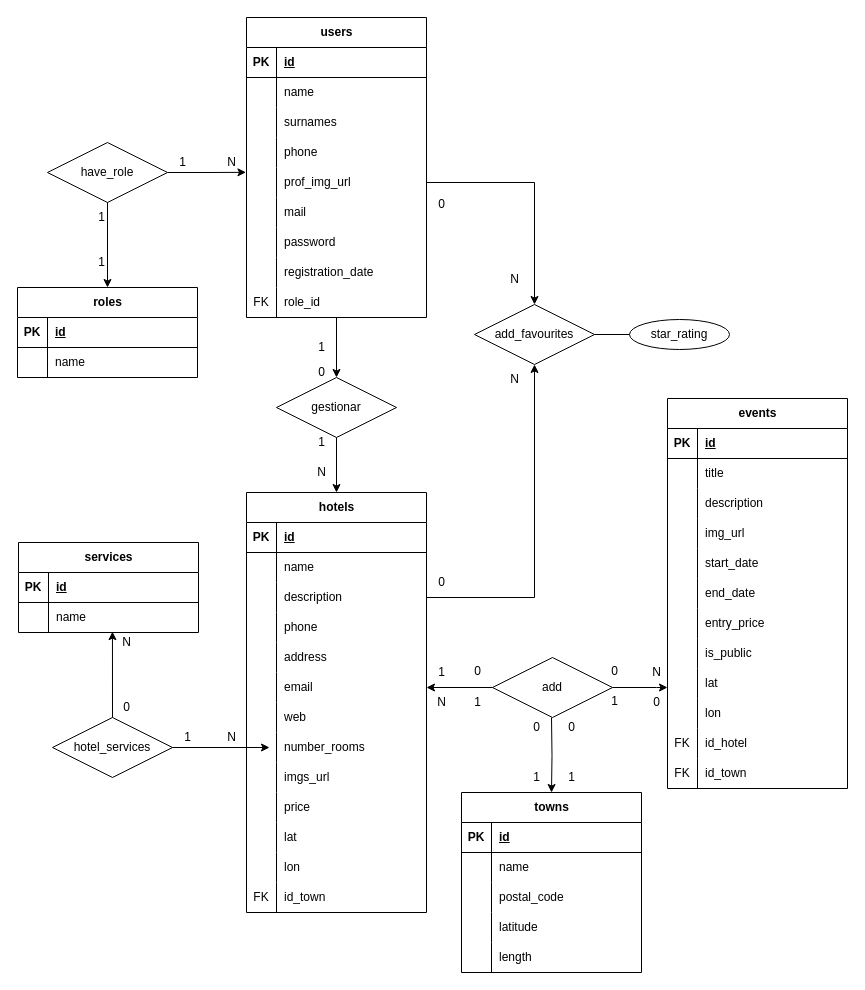
Before: c6_hohoHotel.drawio in SerotDev/sru-abi-rlm-project-backend, a draw.io diagram. Source tidied: cells renumbered, new cells numbered last; positions are measured from the earlier drawing's top-left corner, leaving out a move shared by most shapes. Both pictures are drawn from the tidied source at 100%, with x=0, y=0 at pixel (17, 17).
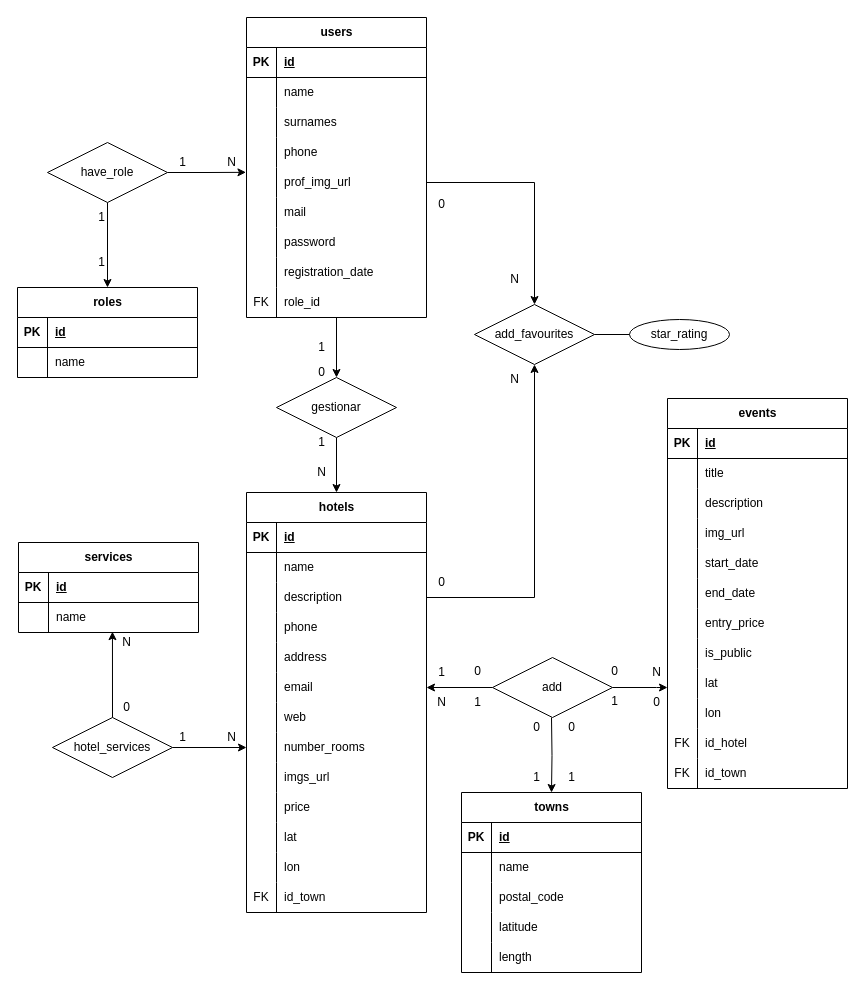
The same diagram, later.

Unchanged cells that the change refers to:
```xml
<mxCell id="90" style="shape=tableRow;horizontal=0;startSize=0;swimlaneHead=0;swimlaneBody=0;fillColor=none;points=[[0,0.5],[1,0.5]];portConstraint=eastwest;top=0;left=0;right=0;bottom=0;" parent="68" vertex="1">
  <mxGeometry y="240" width="180" height="30" as="geometry" />
</mxCell>
<mxCell id="158" value="hotel_services" style="shape=rhombus;perimeter=rhombusPerimeter;whiteSpace=wrap;html=1;align=center;" parent="1" vertex="1">
  <mxGeometry x="35" y="700" width="120" height="60" as="geometry" />
</mxCell>
```

Change to the diagram source:
```diff
@@
-    <mxCell id="160" style="edgeStyle=orthogonalEdgeStyle;rounded=0;jettySize=auto;html=1;exitX=1;exitY=0.5;exitDx=0;exitDy=0;entryX=0;entryY=0.5;entryDx=0;entryDy=0;" parent="1" edge="1" source="158">
-      <mxGeometry relative="1" as="geometry">
-        <mxPoint x="252" y="730" as="targetPoint" />
-      </mxGeometry>
+    <mxCell id="160" style="edgeStyle=orthogonalEdgeStyle;rounded=0;jettySize=auto;html=1;exitX=1;exitY=0.5;exitDx=0;exitDy=0;" parent="1" edge="1" source="158" target="90">
+      <mxGeometry relative="1" as="geometry" />
     </mxCell>
@@
     <mxCell id="167" value="1" style="text;html=1;align=center;verticalAlign=middle;strokeColor=none;fillColor=none;" parent="1" vertex="1">
-      <mxGeometry x="155" y="705" width="30" height="30" as="geometry" />
+      <mxGeometry x="150" y="705" width="30" height="30" as="geometry" />
     </mxCell>
```
